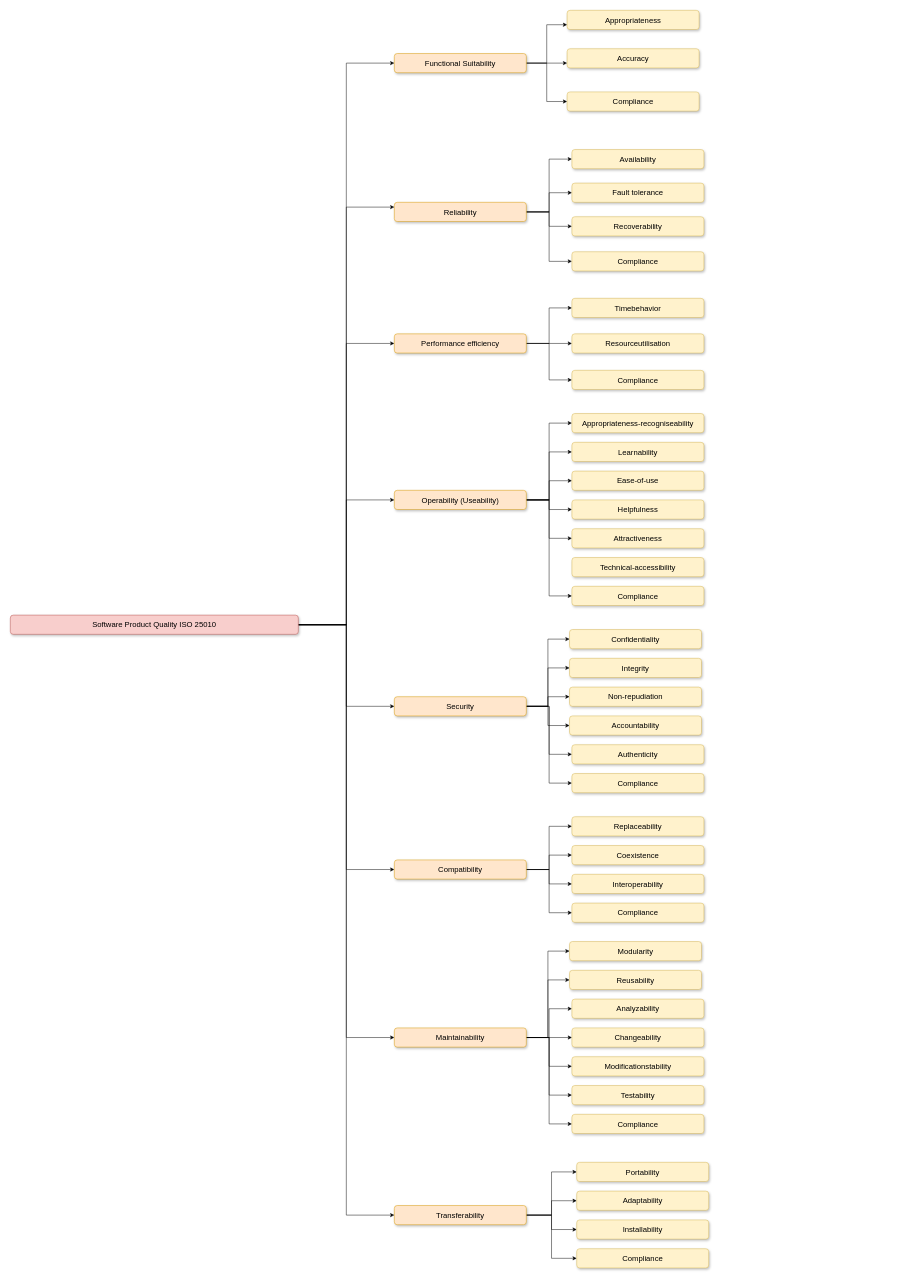
The draw.io diagram diagrams/Unbenanntes Diagramm.drawio in Orry/CloudeneersArchKata2023, before the edit. Source tidied: cells renumbered, new cells numbered last; positions are measured from the earlier drawing's top-left corner, leaving out a move shared by most shapes. Both pictures are drawn from the tidied source at 48%, with x=0, y=0 at pixel (10, 10).
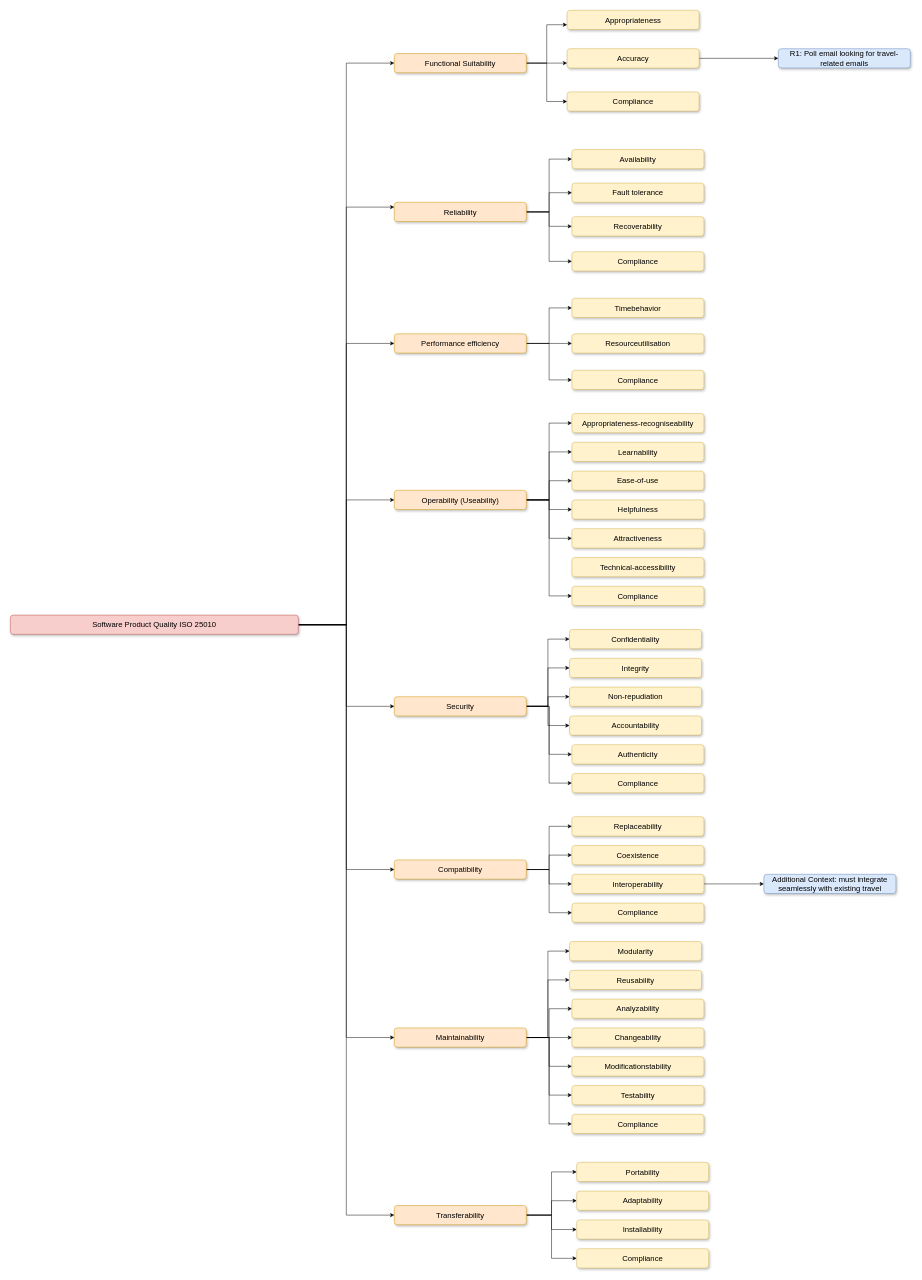
The same diagram, later.

Commit message:
ARCH-KATA-00: Requirement Analysis

Unchanged cells that the change refers to:
```xml
<mxCell id="57" value="Accuracy" style="whiteSpace=wrap;html=1;rounded=1;shadow=1;strokeWidth=1;fontSize=16;align=center;fillColor=#fff2cc;strokeColor=#d6b656;" parent="1" vertex="1">
  <mxGeometry x="1160" y="80" width="275" height="40" as="geometry" />
</mxCell>
<mxCell id="81" value="Interoperability" style="whiteSpace=wrap;html=1;rounded=1;shadow=1;strokeWidth=1;fontSize=16;align=center;fillColor=#fff2cc;strokeColor=#d6b656;" parent="1" vertex="1">
  <mxGeometry x="1170" y="1800" width="275" height="40" as="geometry" />
</mxCell>
```

Change to the diagram source:
```diff
@@
+    <mxCell id="94" style="edgeStyle=orthogonalEdgeStyle;rounded=0;jettySize=auto;html=1;entryX=0;entryY=0.5;entryDx=0;entryDy=0;" parent="1" edge="1" source="57" target="96">
+      <mxGeometry relative="1" as="geometry" />
+    </mxCell>
@@
+    <mxCell id="95" style="edgeStyle=orthogonalEdgeStyle;rounded=0;jettySize=auto;html=1;entryX=0;entryY=0.5;entryDx=0;entryDy=0;" parent="1" edge="1" source="81" target="97">
+      <mxGeometry relative="1" as="geometry" />
+    </mxCell>
@@
+    <mxCell id="96" value="R1:&amp;nbsp;Poll email looking for travel-related emails" style="whiteSpace=wrap;html=1;rounded=1;shadow=1;strokeWidth=1;fontSize=16;align=center;fillColor=#dae8fc;strokeColor=#6c8ebf;" parent="1" vertex="1">
+      <mxGeometry x="1600" y="80" width="275" height="40" as="geometry" />
+    </mxCell>
+    <mxCell id="97" value="Additional Context: must integrate seamlessly with existing travel" style="whiteSpace=wrap;html=1;rounded=1;shadow=1;strokeWidth=1;fontSize=16;align=center;fillColor=#dae8fc;strokeColor=#6c8ebf;" parent="1" vertex="1">
+      <mxGeometry x="1570" y="1800" width="275" height="40" as="geometry" />
+    </mxCell>
```
